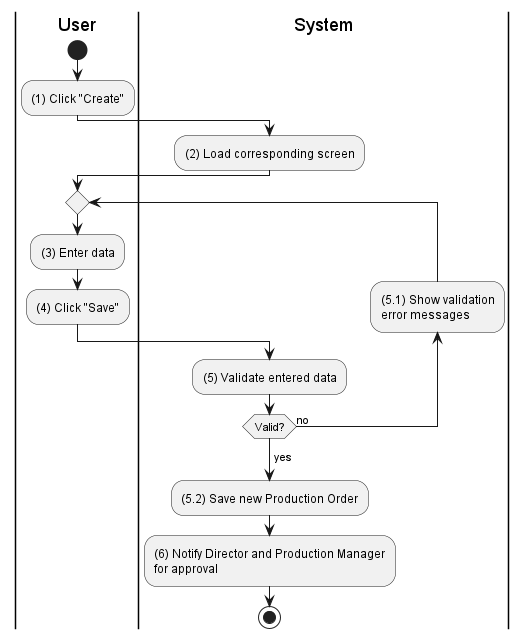
phihungha/scmss-reqs keeps this PlantUML diagram as activities/production-order-create.png. Above is the earlier version.
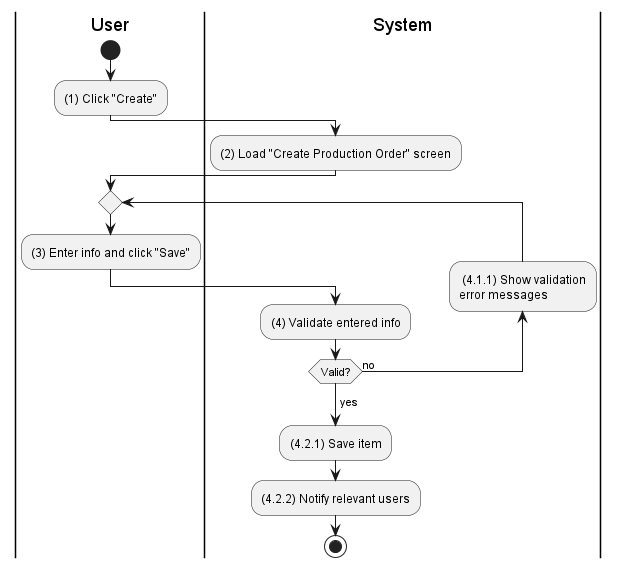
After the commit.

Diff of the diagram source:
```diff
@@ -7,20 +7,17 @@
 :(1) Click "Create";
 
 |s|
-:(2) Load corresponding screen;
+:(2) Load "Create Production Order" screen;
 
 |u|
 repeat
-    :(3) Enter data;
-    :(4) Click "Save";
+    :(3) Enter info and click "Save";
     |s|
-    :(5) Validate entered data;
-    backward:(5.1) Show validation
-    error messages;
+    :(4) Validate entered info;
+    backward: (4.1.1) Show validation\nerror messages;
 repeat while (Valid?) is (no)
 ->yes;
-:(5.2) Save new Production Order;
-:(6) Notify Director and Production Manager
-for approval;
+:(4.2.1) Save item;
+:(4.2.2) Notify relevant users;
 stop
 @enduml
```
